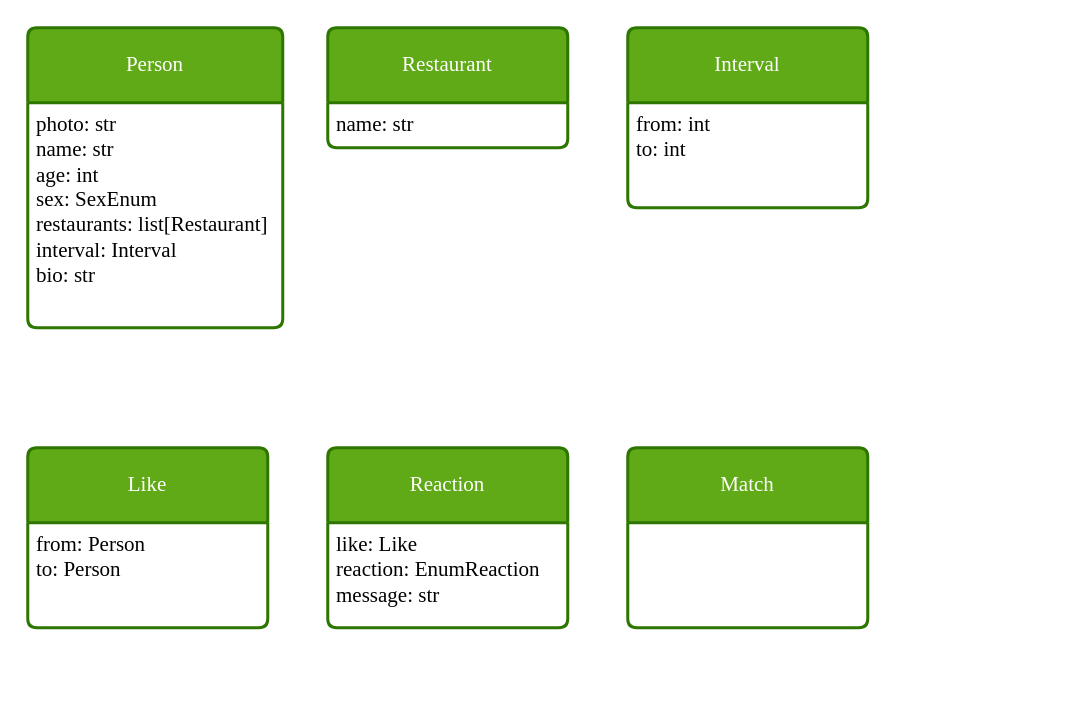
Earlier version of the draw.io diagram match.drawio (KmvRoman/Diagrams). Source tidied: cells renumbered, new cells numbered last; positions are measured from the earlier drawing's top-left corner, leaving out a move shared by most shapes. Both pictures are drawn from the tidied source at 150%, with x=0, y=0 at pixel (27, 27).
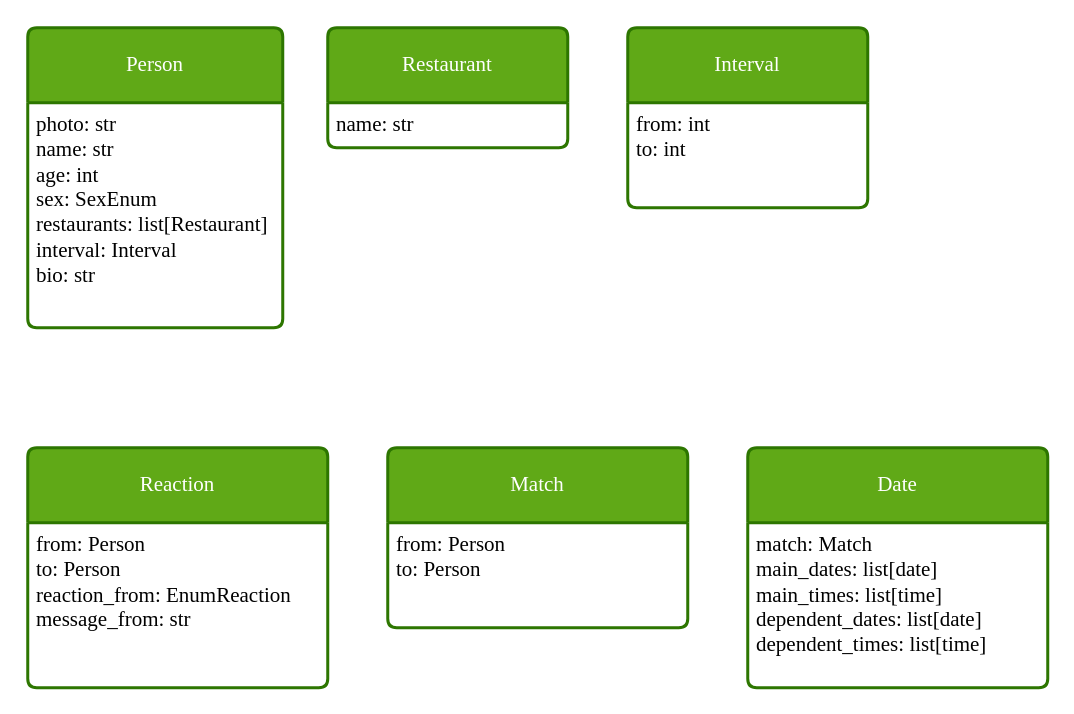
After the change.

Diff of the diagram source:
```diff
@@
 <mxGraphModel>
   <root>
     <mxCell id="0" />
     <mxCell id="1" parent="0" />
     <mxCell id="2" value="Person" style="swimlane;horizontal=1;startSize=50;rounded=1;fontSize=14;fontStyle=0;strokeWidth=2;shadow=0;dashed=0;align=center;arcSize=4;whiteSpace=wrap;html=1;fontFamily=Times New Roman;fillColor=#60a917;fontColor=#ffffff;strokeColor=#2D7600;" parent="1" vertex="1">
       <mxGeometry width="170" height="200" as="geometry" />
     </mxCell>
     <mxCell id="3" value="photo: str&lt;br&gt;name: str&lt;br style=&quot;font-size: 14px;&quot;&gt;age: int&lt;br style=&quot;font-size: 14px;&quot;&gt;sex: SexEnum&lt;br style=&quot;font-size: 14px;&quot;&gt;restaurants: list[Restaurant]&lt;br style=&quot;font-size: 14px;&quot;&gt;interval: Interval&lt;br style=&quot;font-size: 14px;&quot;&gt;bio: str" style="align=left;strokeColor=none;fillColor=none;spacingLeft=4;fontSize=14;verticalAlign=top;html=1;fontFamily=Times New Roman;" parent="2" vertex="1">
       <mxGeometry y="50" width="170" height="150" as="geometry" />
     </mxCell>
     <mxCell id="4" value="Restaurant" style="swimlane;horizontal=1;startSize=50;rounded=1;fontSize=14;fontStyle=0;strokeWidth=2;shadow=0;dashed=0;align=center;arcSize=4;whiteSpace=wrap;html=1;fontFamily=Times New Roman;fillColor=#60a917;fontColor=#ffffff;strokeColor=#2D7600;" parent="1" vertex="1">
       <mxGeometry x="200" width="160" height="80" as="geometry" />
     </mxCell>
     <mxCell id="5" value="name: str" style="align=left;strokeColor=none;fillColor=none;spacingLeft=4;fontSize=14;verticalAlign=top;html=1;fontFamily=Times New Roman;" parent="4" vertex="1">
       <mxGeometry y="50" width="160" height="30" as="geometry" />
     </mxCell>
     <mxCell id="6" value="Interval" style="swimlane;horizontal=1;startSize=50;rounded=1;fontSize=14;fontStyle=0;strokeWidth=2;shadow=0;dashed=0;align=center;arcSize=4;whiteSpace=wrap;html=1;fontFamily=Times New Roman;fillColor=#60a917;fontColor=#ffffff;strokeColor=#2D7600;" parent="1" vertex="1">
       <mxGeometry x="400" width="160" height="120" as="geometry" />
     </mxCell>
     <mxCell id="7" value="from: int&lt;br style=&quot;font-size: 14px;&quot;&gt;to: int" style="align=left;strokeColor=none;fillColor=none;spacingLeft=4;fontSize=14;verticalAlign=top;html=1;fontFamily=Times New Roman;" parent="6" vertex="1">
       <mxGeometry y="50" width="160" height="70" as="geometry" />
     </mxCell>
-    <mxCell id="8" value="Like" style="swimlane;horizontal=1;startSize=50;rounded=1;fontSize=14;fontStyle=0;strokeWidth=2;shadow=0;dashed=0;align=center;arcSize=4;whiteSpace=wrap;html=1;fontFamily=Times New Roman;fillColor=#60a917;fontColor=#ffffff;strokeColor=#2D7600;" parent="1" vertex="1">
-      <mxGeometry y="280" width="160" height="120" as="geometry" />
+    <mxCell id="8" value="Reaction" style="swimlane;horizontal=1;startSize=50;rounded=1;fontSize=14;fontStyle=0;strokeWidth=2;shadow=0;dashed=0;align=center;arcSize=4;whiteSpace=wrap;html=1;fontFamily=Times New Roman;fillColor=#60a917;fontColor=#ffffff;strokeColor=#2D7600;" parent="1" vertex="1">
+      <mxGeometry y="280" width="200" height="160" as="geometry" />
     </mxCell>
-    <mxCell id="9" value="from: Person&lt;br style=&quot;font-size: 14px;&quot;&gt;to: Person" style="align=left;strokeColor=none;fillColor=none;spacingLeft=4;fontSize=14;verticalAlign=top;html=1;fontFamily=Times New Roman;" parent="8" vertex="1">
-      <mxGeometry y="50" width="160" height="70" as="geometry" />
+    <mxCell id="9" value="from: Person&lt;br style=&quot;font-size: 14px;&quot;&gt;to: Person&lt;br&gt;reaction_from: EnumReaction&lt;br&gt;message_from: str" style="align=left;strokeColor=none;fillColor=none;spacingLeft=4;fontSize=14;verticalAlign=top;html=1;fontFamily=Times New Roman;" parent="8" vertex="1">
+      <mxGeometry y="50" width="200" height="110" as="geometry" />
     </mxCell>
-    <mxCell id="10" value="Reaction" style="swimlane;horizontal=1;startSize=50;rounded=1;fontSize=14;fontStyle=0;strokeWidth=2;shadow=0;dashed=0;align=center;arcSize=4;whiteSpace=wrap;html=1;fontFamily=Times New Roman;fillColor=#60a917;fontColor=#ffffff;strokeColor=#2D7600;" parent="1" vertex="1">
-      <mxGeometry x="200" y="280" width="160" height="120" as="geometry" />
-    </mxCell>
-    <mxCell id="11" value="like: Like&lt;br&gt;reaction: EnumReaction&lt;br&gt;message: str" style="align=left;strokeColor=none;fillColor=none;spacingLeft=4;fontSize=14;verticalAlign=top;html=1;fontFamily=Times New Roman;" parent="10" vertex="1">
-      <mxGeometry y="50" width="160" height="70" as="geometry" />
-    </mxCell>
     <mxCell id="12" value="Match" style="swimlane;horizontal=1;startSize=50;rounded=1;fontSize=14;fontStyle=0;strokeWidth=2;shadow=0;dashed=0;align=center;arcSize=4;whiteSpace=wrap;html=1;fontFamily=Times New Roman;fillColor=#60a917;fontColor=#ffffff;strokeColor=#2D7600;" parent="1" vertex="1">
-      <mxGeometry x="400" y="280" width="160" height="120" as="geometry" />
+      <mxGeometry x="240" y="280" width="200" height="120" as="geometry" />
     </mxCell>
+    <mxCell id="13" value="from: Person&lt;br style=&quot;font-size: 14px;&quot;&gt;to: Person" style="align=left;strokeColor=none;fillColor=none;spacingLeft=4;fontSize=14;verticalAlign=top;html=1;fontFamily=Times New Roman;" parent="12" vertex="1">
+      <mxGeometry y="50" width="200" height="70" as="geometry" />
+    </mxCell>
+    <mxCell id="14" value="Date" style="swimlane;horizontal=1;startSize=50;rounded=1;fontSize=14;fontStyle=0;strokeWidth=2;shadow=0;dashed=0;align=center;arcSize=4;whiteSpace=wrap;html=1;fontFamily=Times New Roman;fillColor=#60a917;fontColor=#ffffff;strokeColor=#2D7600;" parent="1" vertex="1">
+      <mxGeometry x="480" y="280" width="200" height="160" as="geometry" />
+    </mxCell>
+    <mxCell id="15" value="match: Match&lt;br&gt;main_dates: list[date]&lt;br&gt;main_times: list[time]&lt;br&gt;dependent_dates: list[date]&lt;br&gt;dependent_times: list[time]" style="align=left;strokeColor=none;fillColor=none;spacingLeft=4;fontSize=14;verticalAlign=top;html=1;fontFamily=Times New Roman;" parent="14" vertex="1">
+      <mxGeometry y="50" width="200" height="110" as="geometry" />
+    </mxCell>
   </root>
 </mxGraphModel>
```
